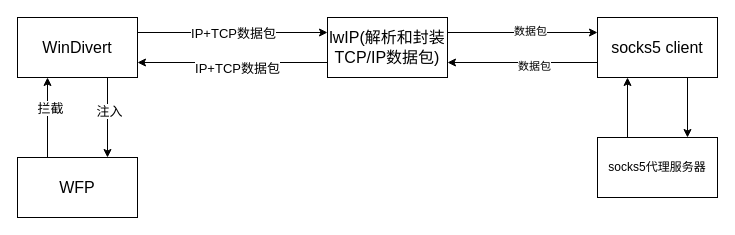
Earlier version of the draw.io diagram d2s.drawio (dosmlp/drawio). Source tidied: cells renumbered, new cells numbered last; positions are measured from the earlier drawing's top-left corner, leaving out a move shared by most shapes. Both pictures are drawn from the tidied source at 100%, with x=0, y=0 at pixel (17, 17).
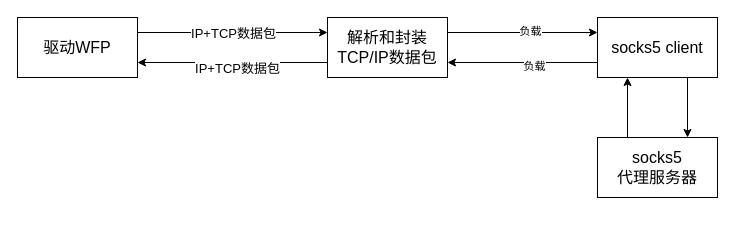
The same page after the edit.

Unchanged cells that the change refers to:
```xml
<mxCell id="5" style="edgeStyle=orthogonalEdgeStyle;rounded=0;jettySize=auto;html=1;exitX=1;exitY=0.25;exitDx=0;exitDy=0;entryX=0;entryY=0.25;entryDx=0;entryDy=0;" parent="1" edge="1" source="9" target="13">
  <mxGeometry relative="1" as="geometry" />
</mxCell>
<mxCell id="10" style="edgeStyle=orthogonalEdgeStyle;rounded=0;jettySize=auto;html=1;exitX=0;exitY=0.75;exitDx=0;exitDy=0;entryX=1;entryY=0.75;entryDx=0;entryDy=0;" parent="1" edge="1" source="13" target="9">
  <mxGeometry relative="1" as="geometry" />
</mxCell>
```

The edit, as a diff of the source:
```diff
@@
-    <mxCell id="2" style="edgeStyle=orthogonalEdgeStyle;rounded=0;jettySize=auto;html=1;exitX=0.75;exitY=1;exitDx=0;exitDy=0;entryX=0.75;entryY=0;entryDx=0;entryDy=0;" parent="1" edge="1" source="4" target="20">
-      <mxGeometry relative="1" as="geometry" />
-    </mxCell>
-    <mxCell id="3" value="注入" style="edgeLabel;html=1;align=center;verticalAlign=middle;fontSize=13;" parent="2" vertex="1">
-      <mxGeometry x="-0.17" y="1" relative="1" as="geometry" />
-    </mxCell>
-    <mxCell id="4" value="WinDivert" style="rounded=0;whiteSpace=wrap;html=1;fontSize=16;" parent="1" vertex="1">
+    <mxCell id="4" value="驱动WFP" style="rounded=0;whiteSpace=wrap;html=1;fontSize=16;" parent="1" vertex="1">
       <mxGeometry width="120" height="60" as="geometry" />
     </mxCell>
@@
-    <mxCell id="6" value="数据包" style="edgeLabel;html=1;align=center;verticalAlign=middle;" parent="5" vertex="1">
+    <mxCell id="6" value="负载" style="edgeLabel;html=1;align=center;verticalAlign=middle;" parent="5" vertex="1">
       <mxGeometry x="0.09" y="1" relative="1" as="geometry" />
     </mxCell>
@@
-    <mxCell id="9" value="lwIP(解析和封装TCP/IP数据包)" style="rounded=0;whiteSpace=wrap;html=1;fontSize=16;" parent="1" vertex="1">
+    <mxCell id="9" value="解析和封装TCP/IP数据包" style="rounded=0;whiteSpace=wrap;html=1;fontSize=16;" parent="1" vertex="1">
       <mxGeometry x="310" width="120" height="60" as="geometry" />
     </mxCell>
@@
-    <mxCell id="11" value="数据包" style="edgeLabel;html=1;align=center;verticalAlign=middle;" parent="10" vertex="1">
+    <mxCell id="11" value="负载" style="edgeLabel;html=1;align=center;verticalAlign=middle;" parent="10" vertex="1">
       <mxGeometry x="-0.15" y="3" relative="1" as="geometry" />
     </mxCell>
@@
-    <mxCell id="17" value="socks5代理服务器" style="rounded=0;whiteSpace=wrap;html=1;" parent="1" vertex="1">
+    <mxCell id="17" value="socks5&lt;div&gt;代理服务器&lt;/div&gt;" style="rounded=0;whiteSpace=wrap;html=1;fontSize=16;" parent="1" vertex="1">
       <mxGeometry x="580" y="120" width="120" height="60" as="geometry" />
     </mxCell>
-    <mxCell id="18" style="edgeStyle=orthogonalEdgeStyle;rounded=0;jettySize=auto;html=1;exitX=0.25;exitY=0;exitDx=0;exitDy=0;entryX=0.25;entryY=1;entryDx=0;entryDy=0;" parent="1" edge="1" source="20" target="4">
-      <mxGeometry relative="1" as="geometry" />
-    </mxCell>
-    <mxCell id="19" value="拦截" style="edgeLabel;html=1;align=center;verticalAlign=middle;fontSize=13;" parent="18" vertex="1">
-      <mxGeometry x="0.25" y="-2" relative="1" as="geometry" />
-    </mxCell>
-    <mxCell id="20" value="WFP" style="rounded=0;whiteSpace=wrap;html=1;fontSize=16;" parent="1" vertex="1">
-      <mxGeometry y="140" width="120" height="60" as="geometry" />
-    </mxCell>
```
